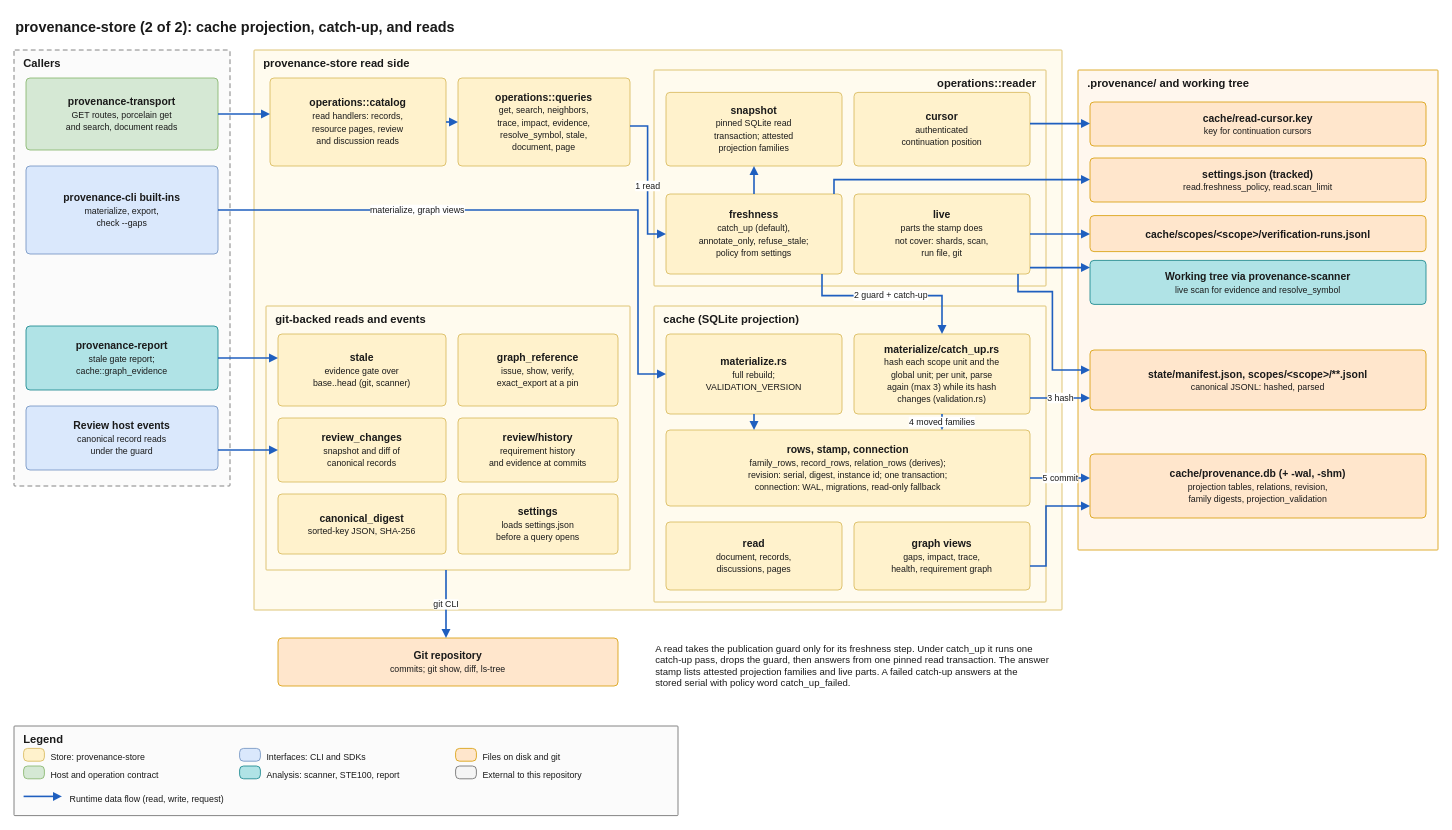
Before: docs/architecture/diagrams/03-store-cache-and-reads.drawio in quality-sh/provenance, a draw.io diagram. Source tidied: cells renumbered, new cells numbered last; positions are measured from the earlier drawing's top-left corner, leaving out a move shared by most shapes. Both pictures are drawn from the tidied source at 80%, with x=0, y=0 at pixel (14, 14).
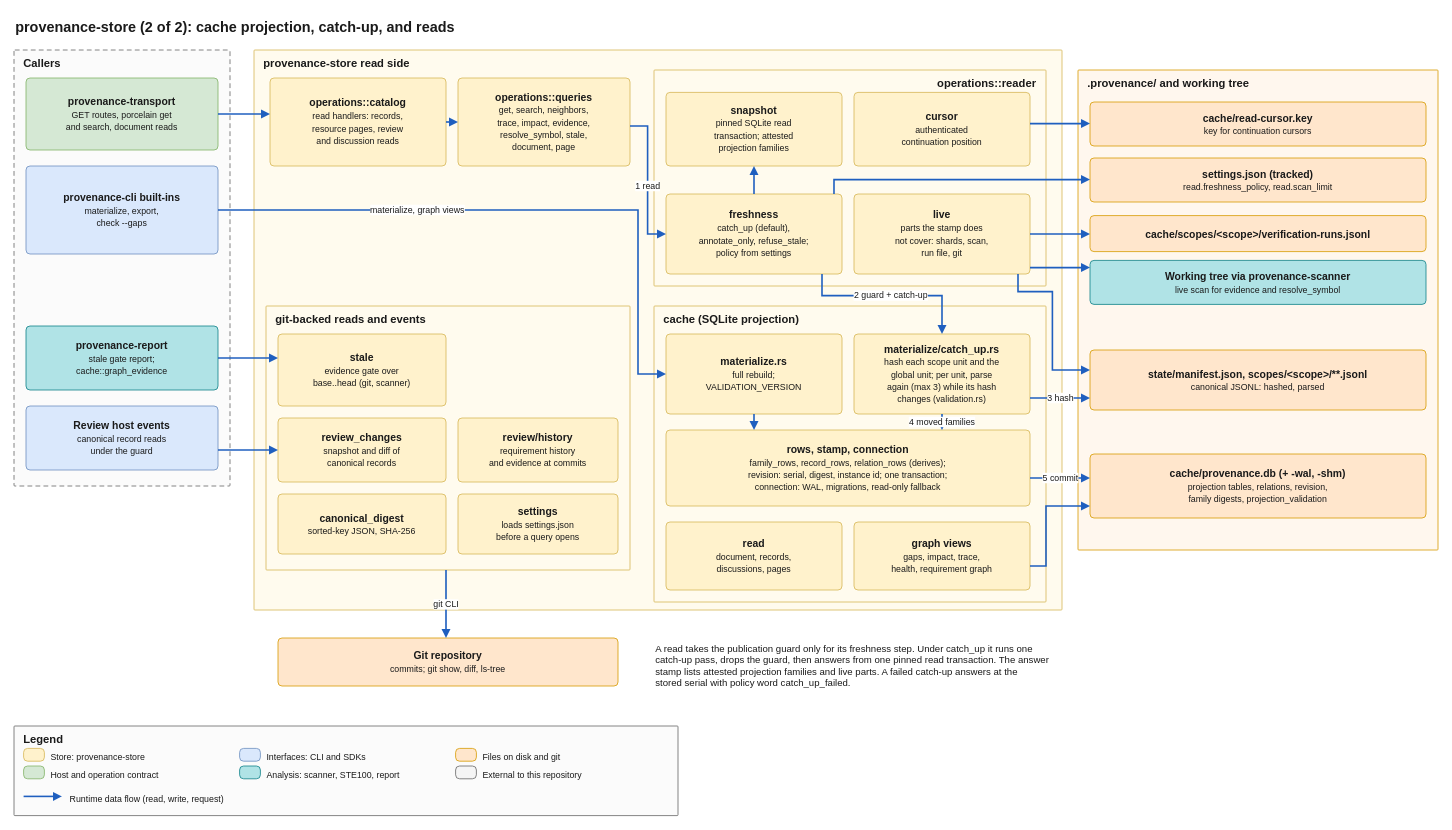
Above is the later version.

The change refers to these unchanged cells:
```xml
<mxCell id="22" value="git-backed reads and events" style="rounded=1;arcSize=2;absoluteArcSize=1;whiteSpace=wrap;html=1;fillColor=#fffbee;strokeColor=#d6b656;verticalAlign=top;align=left;spacingLeft=10;spacingRight=10;spacingTop=2;fontStyle=1;fontSize=14;fontColor=#1a1a1a;" parent="8" vertex="1">
  <mxGeometry x="15" y="320" width="455" height="330" as="geometry" />
</mxCell>
```

Diff of the diagram source:
```diff
@@
-    <mxCell id="24" value="&lt;b&gt;graph_reference&lt;/b&gt;&lt;br&gt;&lt;font style=&quot;font-size:11px&quot;&gt;issue, show, verify,&lt;br&gt;exact_export at a pin&lt;/font&gt;" style="rounded=1;arcSize=10;absoluteArcSize=1;whiteSpace=wrap;html=1;fillColor=#fff2cc;strokeColor=#d6b656;fontSize=13;fontColor=#1a1a1a;verticalAlign=middle;align=center;spacing=4;" parent="22" vertex="1">
-      <mxGeometry x="240" y="35" width="200" height="90" as="geometry" />
-    </mxCell>
```
